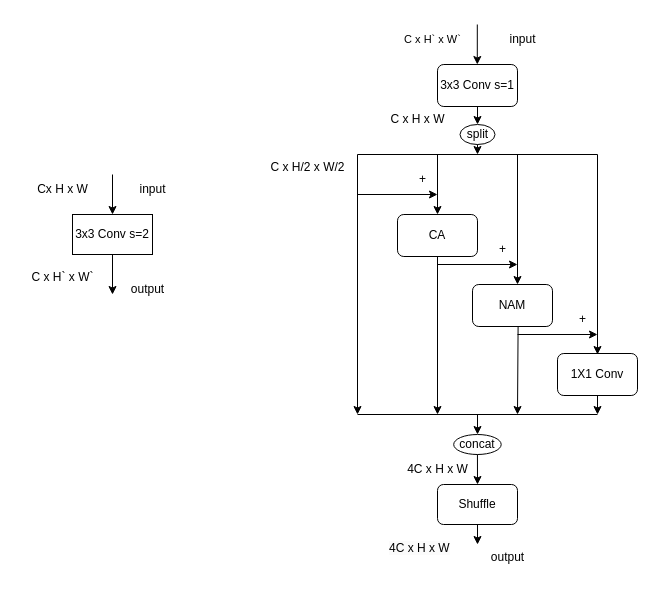
Before: Untitled Diagram.drawio in recluse99/tcp_ip, a draw.io diagram. Source tidied: cells renumbered, new cells numbered last; positions are measured from the earlier drawing's top-left corner, leaving out a move shared by most shapes. Both pictures are drawn from the tidied source at 100%, with x=0, y=0 at pixel (17, 24).
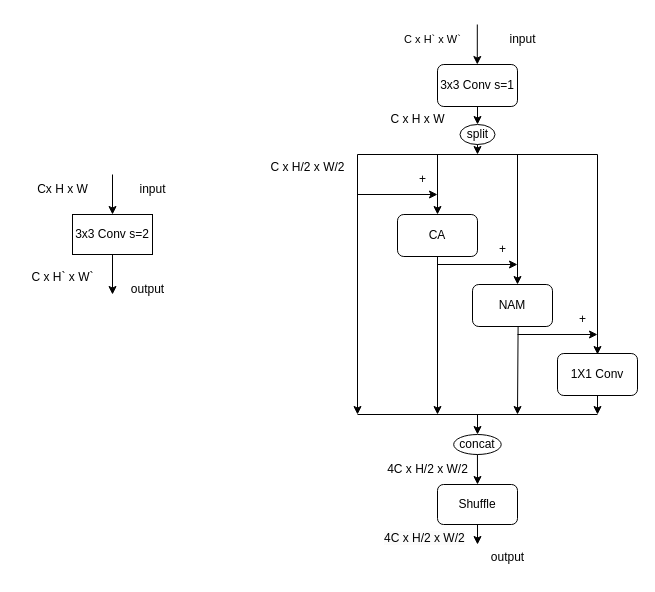
Above is the later version.

Diff of the diagram source:
```diff
@@
-    <mxCell id="37" value="4C x H x W" style="text;html=1;align=center;verticalAlign=middle;strokeColor=none;fillColor=none;" parent="1" vertex="1">
-      <mxGeometry x="380" y="430" width="80" height="30" as="geometry" />
+    <mxCell id="37" value="4C x H/2 x W/2" style="text;html=1;align=center;verticalAlign=middle;strokeColor=none;fillColor=none;" parent="1" vertex="1">
+      <mxGeometry x="360" y="430" width="100" height="30" as="geometry" />
     </mxCell>
@@
-    <mxCell id="40" value="&lt;span style=&quot;color: rgb(0, 0, 0); font-family: Helvetica; font-size: 12px; font-style: normal; font-variant-ligatures: normal; font-variant-caps: normal; font-weight: 400; letter-spacing: normal; orphans: 2; text-align: center; text-indent: 0px; text-transform: none; widows: 2; word-spacing: 0px; -webkit-text-stroke-width: 0px; background-color: rgb(251, 251, 251); text-decoration-thickness: initial; text-decoration-style: initial; text-decoration-color: initial; float: none; display: inline !important;&quot;&gt;4C x H x W&lt;/span&gt;" style="text;whiteSpace=wrap;html=1;" parent="1" vertex="1">
-      <mxGeometry x="370" y="510" width="90" height="40" as="geometry" />
+    <mxCell id="40" value="&lt;span style=&quot;color: rgb(0, 0, 0); font-family: Helvetica; font-size: 12px; font-style: normal; font-variant-ligatures: normal; font-variant-caps: normal; font-weight: 400; letter-spacing: normal; orphans: 2; text-align: center; text-indent: 0px; text-transform: none; widows: 2; word-spacing: 0px; -webkit-text-stroke-width: 0px; background-color: rgb(251, 251, 251); text-decoration-thickness: initial; text-decoration-style: initial; text-decoration-color: initial; float: none; display: inline !important;&quot;&gt;4C x H/2 x W/2&lt;/span&gt;" style="text;whiteSpace=wrap;html=1;" parent="1" vertex="1">
+      <mxGeometry x="365" y="500" width="90" height="40" as="geometry" />
     </mxCell>
```
